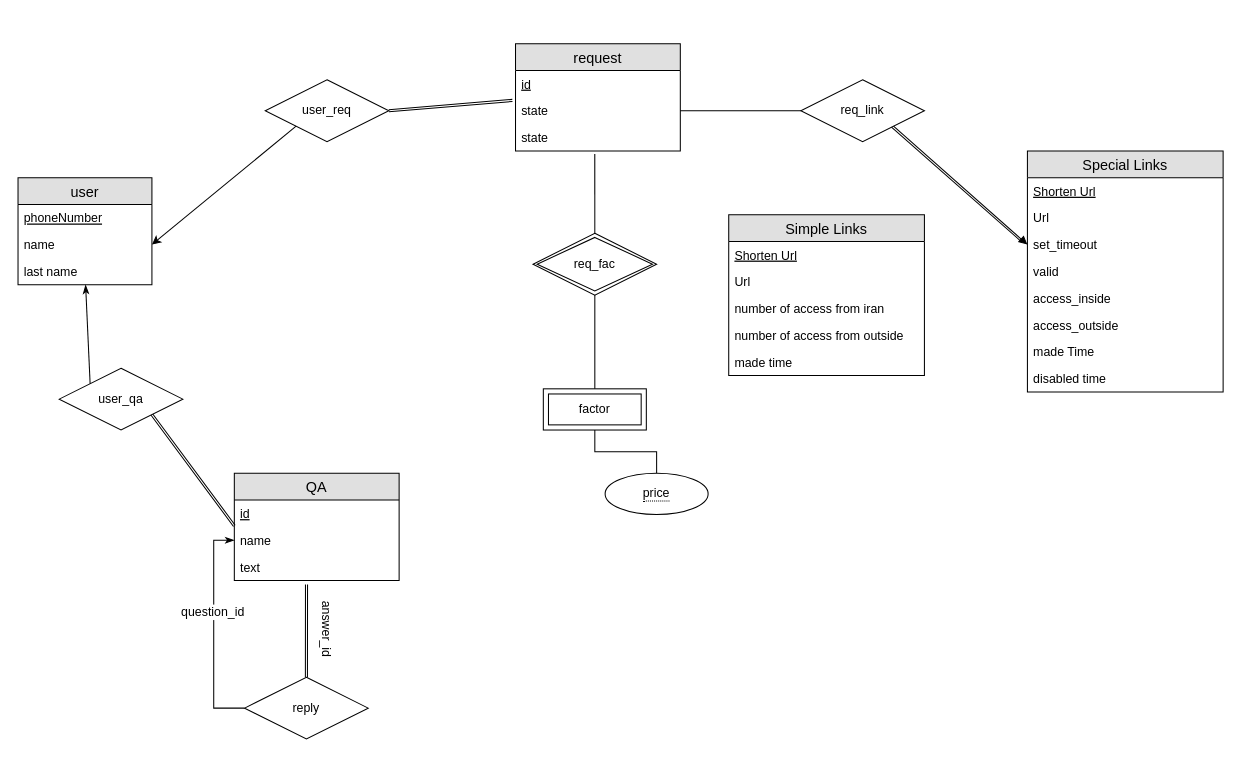
ShayanDeSh/myplayground keeps this draw.io diagram as SQL/HW-2/UrlShortenerER.drawio. Above is the earlier version. Source tidied: cells renumbered, new cells numbered last; positions are measured from the earlier drawing's top-left corner, leaving out a move shared by most shapes. Both pictures are drawn from the tidied source at 103%, with x=0, y=0 at pixel (18, 43).
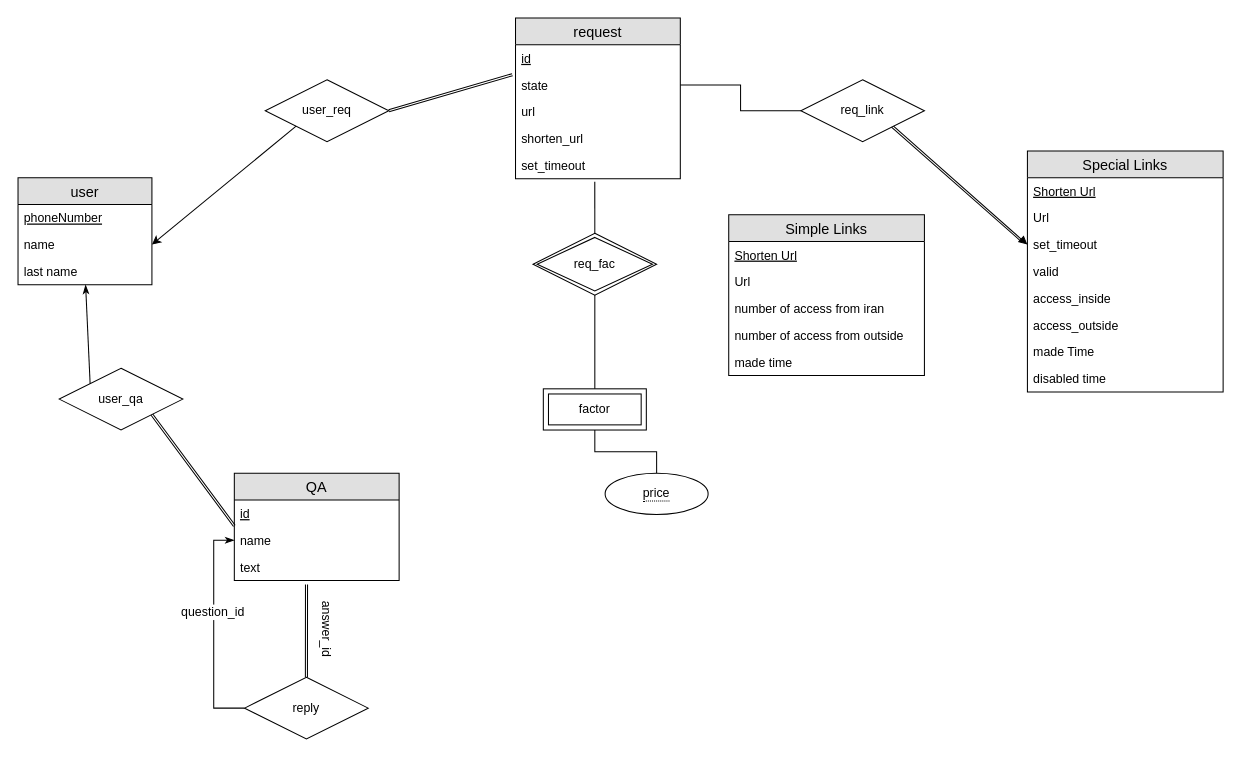
The same diagram, later.

Commit message:
ERD completed

The edit, as a diff of the source:
```diff
@@
     <mxCell id="15" value="request" style="swimlane;fontStyle=0;horizontal=1;startSize=26;fillColor=#e0e0e0;swimlaneFillColor=#ffffff;align=center;fontSize=14;" parent="1" vertex="1">
-      <mxGeometry x="483" width="160" height="104" as="geometry" />
+      <mxGeometry x="483" y="-25" width="160" height="156" as="geometry" />
     </mxCell>
@@
+    <mxCell id="50" value="url" style="text;strokeColor=none;fillColor=none;spacingLeft=4;spacingRight=4;overflow=hidden;fontSize=12;" parent="15" vertex="1">
+      <mxGeometry y="78" width="160" height="26" as="geometry" />
+    </mxCell>
+    <mxCell id="51" value="shorten_url" style="text;strokeColor=none;fillColor=none;spacingLeft=4;spacingRight=4;overflow=hidden;fontSize=12;" parent="15" vertex="1">
+      <mxGeometry y="104" width="160" height="26" as="geometry" />
+    </mxCell>
-    <mxCell id="18" value="state" style="text;strokeColor=none;fillColor=none;spacingLeft=4;spacingRight=4;overflow=hidden;points=[[0,0.5],[1,0.5]];portConstraint=eastwest;fontSize=12;" parent="15" vertex="1">
-      <mxGeometry y="78" width="160" height="26" as="geometry" />
+    <mxCell id="18" value="set_timeout" style="text;strokeColor=none;fillColor=none;spacingLeft=4;spacingRight=4;overflow=hidden;points=[[0,0.5],[1,0.5]];portConstraint=eastwest;fontSize=12;" parent="15" vertex="1">
+      <mxGeometry y="130" width="160" height="26" as="geometry" />
     </mxCell>
```
